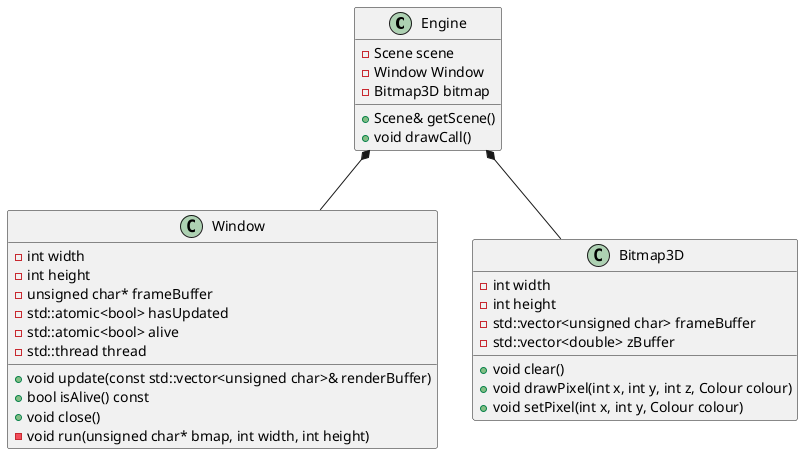
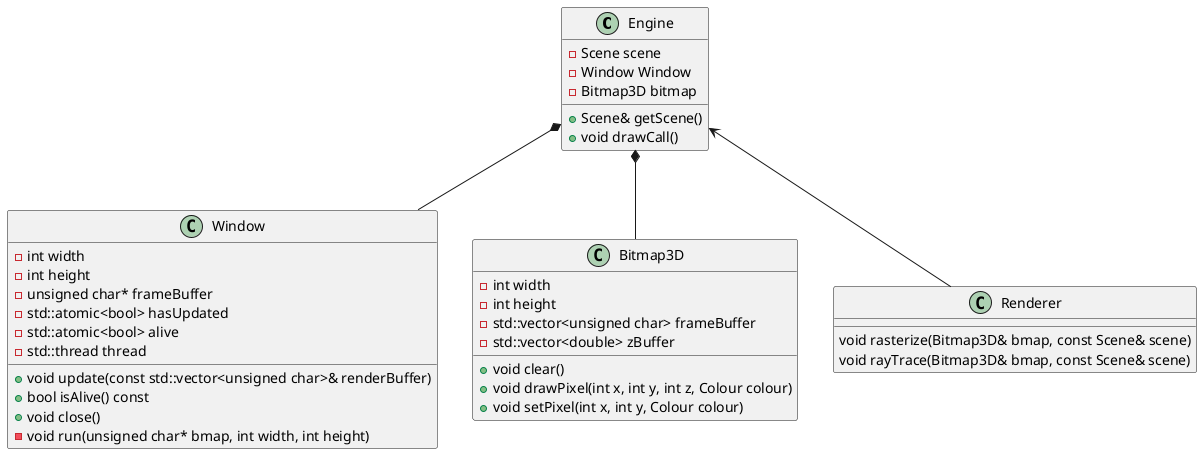
'mostly designed at specification level (some implementation, but none conceptual)

'========================================== MAIN ==========================================

@startuml main

class Engine {
    -Scene scene
    -Window Window
    -Bitmap3D bitmap
    +Scene& getScene()
    +void drawCall()
}
class Window {
    -int width
    -int height
    -unsigned char* frameBuffer
    -std::atomic<bool> hasUpdated
    -std::atomic<bool> alive
    -std::thread thread
    +void update(const std::vector<unsigned char>& renderBuffer)
    +bool isAlive() const
    +void close()
    -void run(unsigned char* bmap, int width, int height)
}
class Bitmap3D {
    -int width
    -int height
    -std::vector<unsigned char> frameBuffer
    -std::vector<double> zBuffer
    +void clear()
    +void drawPixel(int x, int y, int z, Colour colour)
    +void setPixel(int x, int y, Colour colour)
}
+ class Renderer {
+     void rasterize(Bitmap3D& bmap, const Scene& scene)
+     void rayTrace(Bitmap3D& bmap, const Scene& scene)
+ }

Engine *-- Window
Engine *-- Bitmap3D
+ Engine <-- Renderer

@enduml

'========================================== Renderers ==========================================

@startuml renderer

class Renderer {
    void rasterize(Bitmap3D& bmap, const Scene& scene)
    void rayTrace(Bitmap3D& bmap, const Scene& scene)
}
struct Ray {
    +Vector origin
    +Vector direction
}
struct HitRecord {
    +Colour c0, c1, c2
    +Vector n0, n1, n2
    +Vector v0, v1, v2

    +Material mat
    +double u, v, t
}
struct Triangle {
    +Vertex v1, v2, v3
    +Aabb boundingBox
}
struct Vertex {
    +Vector position
    +Colour colour
    +Vector normal
}

class BvhNode {
    -Aabb boundingBox
    -BvhNode* left = mullptr
    -BvhNode* right = mullptr
    -std::vector<Triangle> triangles
    +void intersect(const Ray& ray, std::vector<Triangle>& triangles) const
}
class BvhTree {
    -BvhNode* root
    +BvhTree(std::vector<Triangle>& triangles)
    +HitRecord intersect(const Ray& ray) const
}
struct Aabb {
    +Vector min
    +Vector max

    +void grow(Vector v)
    +bool intersect(const Ray& ray) const
}

BvhTree *-- BvhNode
BvhNode o-- Aabb

Renderer <-- Ray
Renderer <-- HitRecord
Renderer <-- Triangle
Renderer <-- Vertex

@enduml

'========================================== SCENE ==========================================
@startuml scene

class Scene {
    -std::vector<Mesh*> objects
    -std::vector<PointLight> lights
    -Camera camera
    +Mesh* addObject(Mesh* mesh)
    +void toCameraSpace()
    +void toViewportSpace()
    +void intersect(const Ray& ray, HitRecord* record) const
    +void cleanup()
}
class Mesh {
    -IndexBuffer indexBuffer
    -VertexBuffer vertexBuffer
    -BvhTree* tree

    -Matrix scale, translation, rotation
    -Material material

    +void toWorldSpace()
    +void applyAffineTransform(Matrix matrix)
    +void applyTransform(Matrix matrix)

    +void reset()
    +void createBvhTree()

    +HitRecord intersect(const Ray& ray) const

    +void clip()
}
struct Camera {
    +Vector position;
    +Vector direction;
    +Vector up;

    +double apperatureWidth;
    +double apperatureHeight;

    +double fieldOfView;

    +double nearFocalDistance;
    +double farFocalDistance;

    +int screenWidth;
    +int screenHeight;

    +Matrix tranformationMatrix() const;
    +Matrix projectionMatrix() const;
    +Matrix viewportMatrix() const;
}
abstract class Material {
    Colour visit(Material mat, Vector in, Vector out, Vector normal, Vector colour)
}
class DisneyBSDF {
    +double roughness
    +double subsurface
    +double sheen
    +double sheenTint
    +double anisotropic
    +double metallic
    +double specular
    +double specularTransmission
    +double specularTint
    +double clearcoat
    +double clearcoatGloss
    +double eta
}

Material <|-- DisneyBSDF
Scene o-- Mesh
Scene o-- Camera

@enduml

'========================================== UTILITY ==========================================

@startuml utility

namespace util {
    class Matrix {
        -Vector data[4]
        -int rows
        -int columns

        +Matrix operator*(const Matrix& other) const;
        +Vector operator*(const Vector& other) const;

        +static Matrix translate(double x, double y, double z);
        +static Matrix scale(double x, double y, double z);
        +static Matrix identity(int size);

        +static Matrix rotation(double roll, double pitch, double yaw);
        +static Matrix roll(double radians);
        +static Matrix pitch(double radians);
        +static Matrix yaw(double radians);

        +static Matrix orthographic(double n, double f, double t, double r);
        +static Matrix perspective(double n, double f, double t, double r, double fov);
        +static Matrix changeOfBasis(const Vector& pos, const Vector& dir, const Vector& up);
    }
    class Vector {
        -double data[4];
        -int length;

        +Vector operator+-*/(double other) const
        +Vector operator+-*/(const Vector& other) const

        +Vector normalise()

        +static Vector crossProduct(const Vector& lhs, const Vector& rhs)
        +static double dotProduct(const Vector& lhs, const Vector& rhs)
        +static Vector unitNormal(const Vector& lhs, const Vector& rhs)
        +static double cosAngle(const Vector& lhs, const Vector& rhs)
    }
    class Colour {
        Colour operator+-*/(const Colour& other) const;
        Colour operator+-*/(double other) const;

        static Colour red(), green(), blue(), cyan(), magenta(), yellow();
    }
}

@enduml